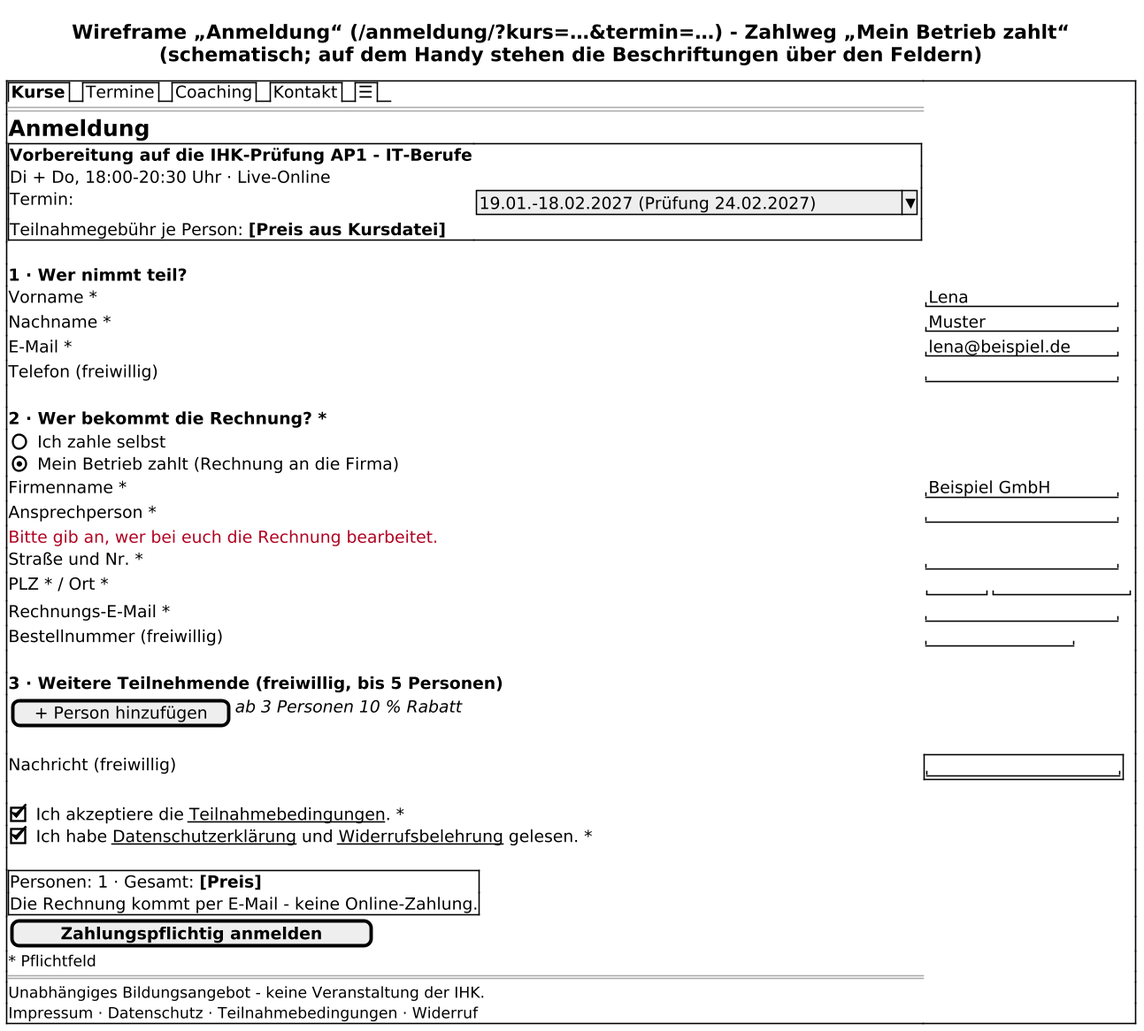
cansi798/waybuild_Akademie keeps this PlantUML diagram as docs/diagramme/png/4-mockup-anmeldung.png. Above is the earlier version.
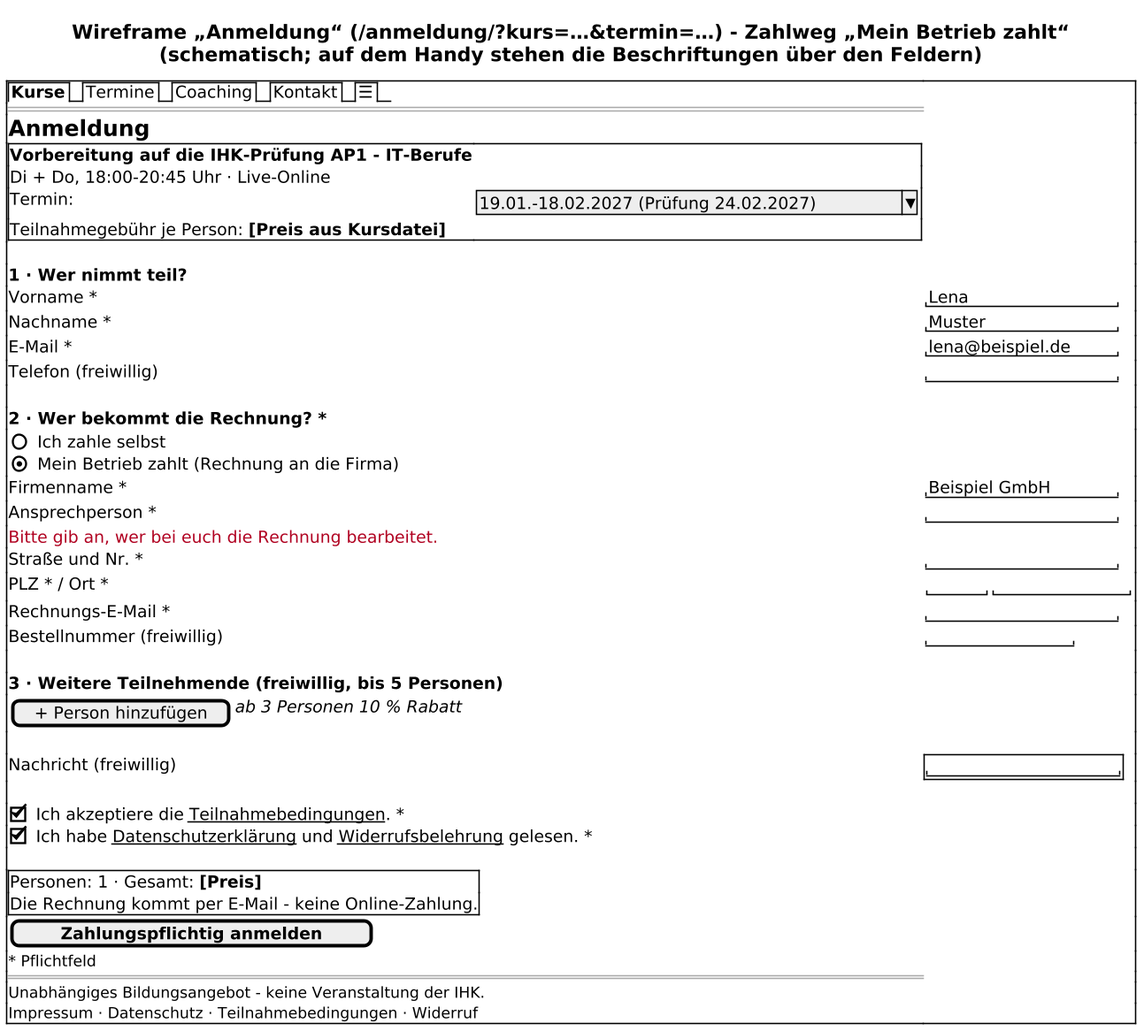
Above is the later version.

Commit message:
fix(docs): Review-Korrekturen Task 6 (FernUSG-Stand, GR-21, 35 UE, Mockup-Uhrzeit)

The edit, as a diff of the source:
```diff
@@ -8,7 +8,7 @@
   <b><size:16>Anmeldung
   {+
     <b>Vorbereitung auf die IHK-Prüfung AP1 - IT-Berufe
-    Di + Do, 18:00-20:30 Uhr · Live-Online
+    Di + Do, 18:00-20:45 Uhr · Live-Online
     Termin: { ^19.01.-18.02.2027 (Prüfung 24.02.2027)^ }
     Teilnahmegebühr je Person: <b>[Preis aus Kursdatei]
   }
```
